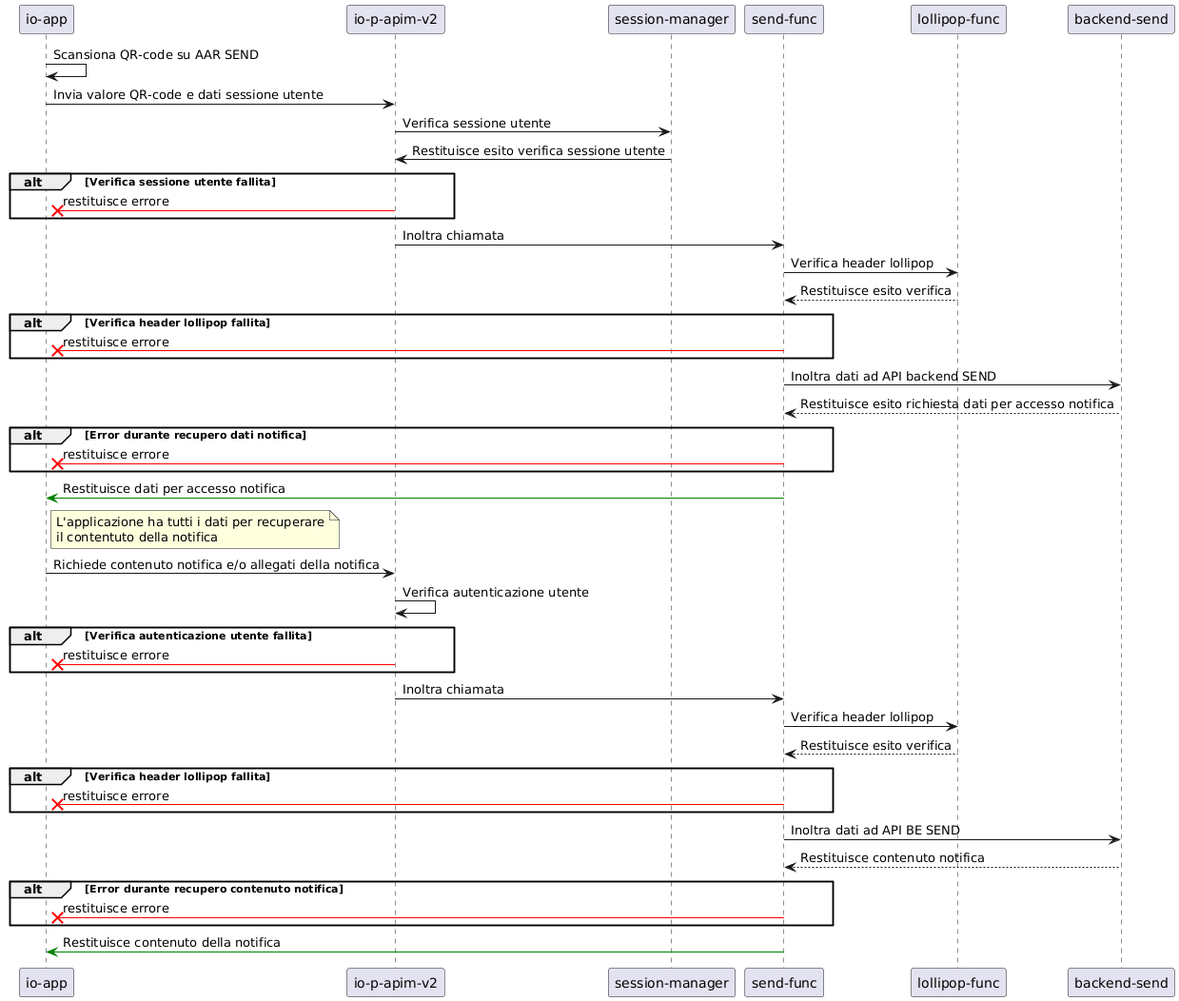
pagopa/io-messages keeps this PlantUML diagram as apps/send-func/docs/aar-notification-retrieve.png. Above is the earlier version. The source it was exported from:
```plantuml
@startuml aar-notification-retrieve
participant "io-app" as ioAPP
participant "io-p-apim-v2" as ioAPIM
participant "session-manager" as sessionManager
participant "send-func" as sendFunc
participant "lollipop-func" as lollipopFunc
participant "backend-send" as beSEND




ioAPP -> ioAPP: Scansiona QR-code su AAR SEND
ioAPP -> ioAPIM: Invia valore QR-code e dati sessione utente
ioAPIM -> sessionManager: Verifica sessione utente
sessionManager -> ioAPIM: Restituisce esito verifica sessione utente
alt Verifica sessione utente fallita
    ioAPIM -[#red]x ioAPP: restituisce errore
end
ioAPIM -> sendFunc: Inoltra chiamata

sendFunc -> lollipopFunc: Verifica header lollipop
lollipopFunc --> sendFunc: Restituisce esito verifica
alt Verifica header lollipop fallita
    sendFunc -[#red]x ioAPP: restituisce errore
end
sendFunc -> beSEND: Inoltra dati ad API backend SEND

beSEND --> sendFunc: Restituisce esito richiesta dati per accesso notifica
alt Error durante recupero dati notifica
    sendFunc -[#red]x ioAPP: restituisce errore
end
sendFunc -[#green]> ioAPP: Restituisce dati per accesso notifica

note right of ioAPP
    L'applicazione ha tutti i dati per recuperare
    il contentuto della notifica
end note

ioAPP -> ioAPIM: Richiede contenuto notifica e/o allegati della notifica
ioAPIM -> ioAPIM: Verifica autenticazione utente
alt Verifica autenticazione utente fallita
    ioAPIM -[#red]x ioAPP: restituisce errore
end
ioAPIM -> sendFunc: Inoltra chiamata
sendFunc -> lollipopFunc: Verifica header lollipop
lollipopFunc --> sendFunc: Restituisce esito verifica
alt Verifica header lollipop fallita
    sendFunc -[#red]x ioAPP: restituisce errore
end
sendFunc -> beSEND: Inoltra dati ad API BE SEND
beSEND --> sendFunc: Restituisce contenuto notifica
alt Error durante recupero contenuto notifica
    sendFunc -[#red]x ioAPP: restituisce errore
end
sendFunc -[#green]> ioAPP: Restituisce contenuto della notifica

@enduml
```
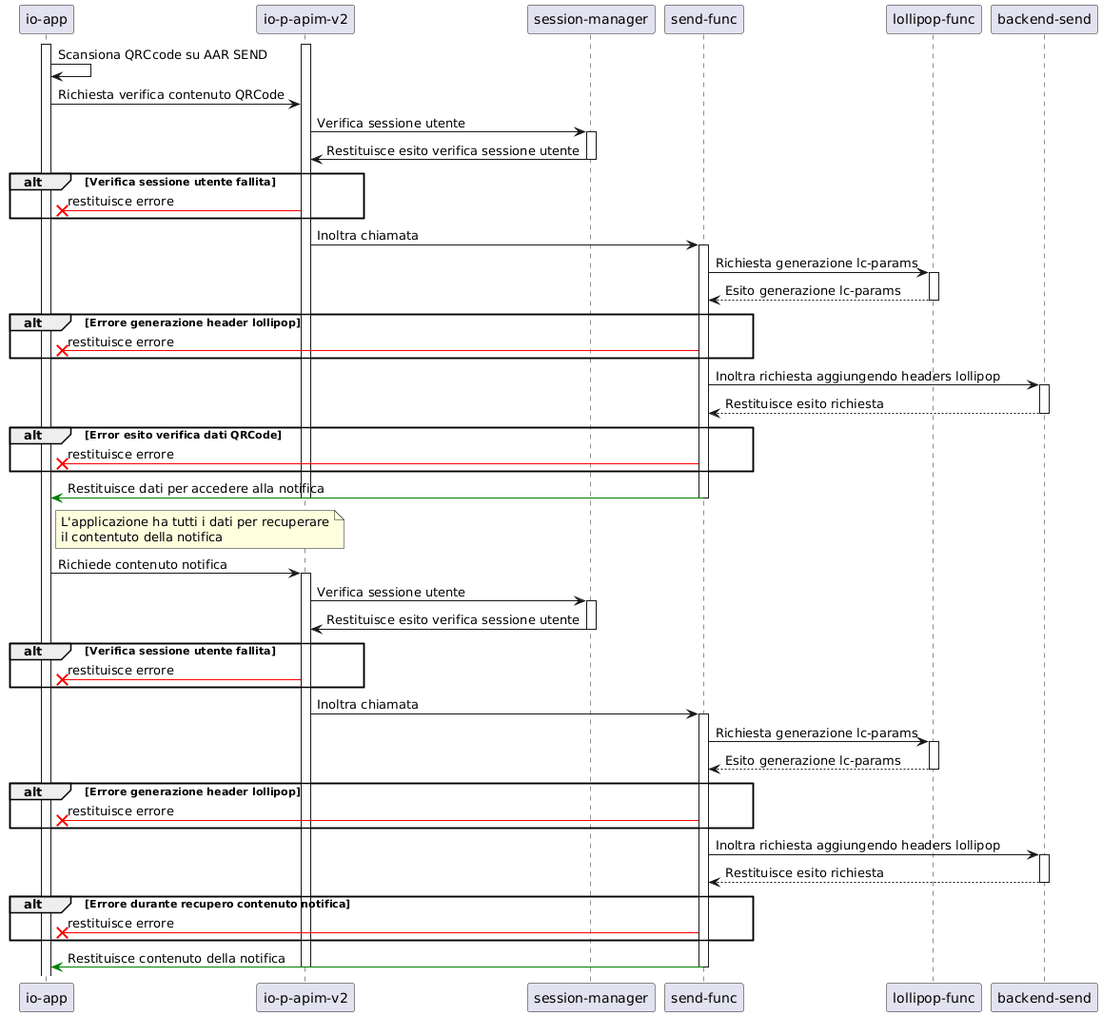
After the change.

The edit, as a diff of the source:
```diff
@@ -6,52 +6,75 @@
 participant "lollipop-func" as lollipopFunc
 participant "backend-send" as beSEND
 
+activate ioAPP
+activate ioAPIM
 
 
-
-ioAPP -> ioAPP: Scansiona QR-code su AAR SEND
-ioAPP -> ioAPIM: Invia valore QR-code e dati sessione utente
+ioAPP -> ioAPP: Scansiona QRCcode su AAR SEND
+ioAPP -> ioAPIM: Richiesta verifica contenuto QRCode
 ioAPIM -> sessionManager: Verifica sessione utente
+activate sessionManager
 sessionManager -> ioAPIM: Restituisce esito verifica sessione utente
+deactivate sessionManager
 alt Verifica sessione utente fallita
     ioAPIM -[#red]x ioAPP: restituisce errore
 end
 ioAPIM -> sendFunc: Inoltra chiamata
 
-sendFunc -> lollipopFunc: Verifica header lollipop
-lollipopFunc --> sendFunc: Restituisce esito verifica
-alt Verifica header lollipop fallita
+activate sendFunc
+sendFunc -> lollipopFunc: Richiesta generazione lc-params
+activate lollipopFunc
+lollipopFunc --> sendFunc: Esito generazione lc-params
+deactivate lollipopFunc
+alt Errore generazione header lollipop
     sendFunc -[#red]x ioAPP: restituisce errore
 end
-sendFunc -> beSEND: Inoltra dati ad API backend SEND
+sendFunc -> beSEND: Inoltra richiesta aggiungendo headers lollipop
 
-beSEND --> sendFunc: Restituisce esito richiesta dati per accesso notifica
-alt Error durante recupero dati notifica
+activate beSEND
+beSEND --> sendFunc: Restituisce esito richiesta
+deactivate beSEND
+alt Error esito verifica dati QRCode
     sendFunc -[#red]x ioAPP: restituisce errore
 end
-sendFunc -[#green]> ioAPP: Restituisce dati per accesso notifica
+sendFunc -[#green]> ioAPP: Restituisce dati per accedere alla notifica
+deactivate sendFunc
+deactivate ioAPIM
 
 note right of ioAPP
     L'applicazione ha tutti i dati per recuperare
     il contentuto della notifica
 end note
 
-ioAPP -> ioAPIM: Richiede contenuto notifica e/o allegati della notifica
-ioAPIM -> ioAPIM: Verifica autenticazione utente
-alt Verifica autenticazione utente fallita
+ioAPP -> ioAPIM: Richiede contenuto notifica
+activate ioAPIM
+ioAPIM -> sessionManager: Verifica sessione utente
+activate sessionManager
+sessionManager -> ioAPIM: Restituisce esito verifica sessione utente
+deactivate sessionManager
+alt Verifica sessione utente fallita
     ioAPIM -[#red]x ioAPP: restituisce errore
 end
 ioAPIM -> sendFunc: Inoltra chiamata
-sendFunc -> lollipopFunc: Verifica header lollipop
-lollipopFunc --> sendFunc: Restituisce esito verifica
-alt Verifica header lollipop fallita
+
+activate sendFunc
+sendFunc -> lollipopFunc: Richiesta generazione lc-params
+activate lollipopFunc
+lollipopFunc --> sendFunc: Esito generazione lc-params
+deactivate lollipopFunc
+alt Errore generazione header lollipop
     sendFunc -[#red]x ioAPP: restituisce errore
 end
-sendFunc -> beSEND: Inoltra dati ad API BE SEND
-beSEND --> sendFunc: Restituisce contenuto notifica
-alt Error durante recupero contenuto notifica
+sendFunc -> beSEND: Inoltra richiesta aggiungendo headers lollipop
+
+activate beSEND
+beSEND --> sendFunc: Restituisce esito richiesta
+deactivate beSEND
+
+alt Errore durante recupero contenuto notifica
     sendFunc -[#red]x ioAPP: restituisce errore
 end
 sendFunc -[#green]> ioAPP: Restituisce contenuto della notifica
-
+deactivate sendFunc
+deactivate ioAPIM
 @enduml
```
